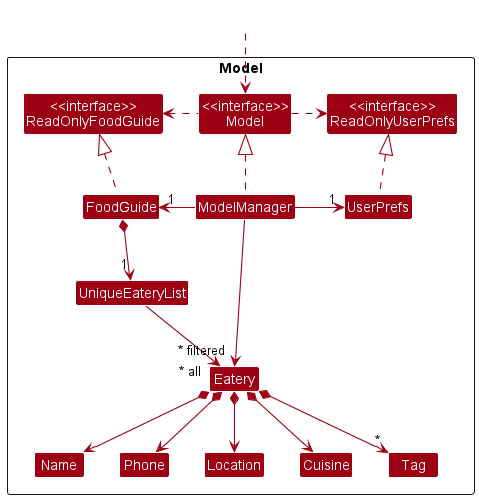
This is docs/images/ModelClassDiagram.png from nus-cs2103-AY2223S1/tp, a PlantUML export, as it was before one commit.
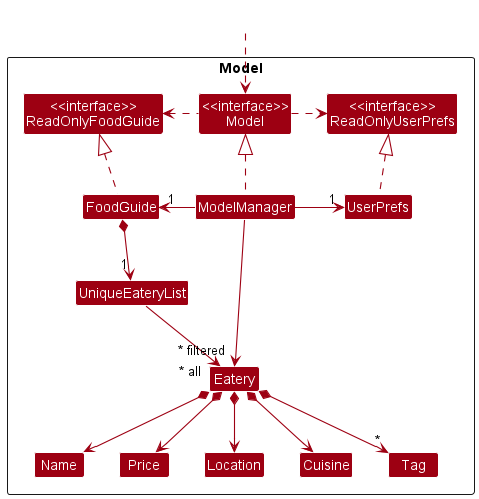
Above is the later version.

Commit message:
Rename phone in ModelClassDiagram to price

Diff of the diagram source:
```diff
@@ -17,7 +17,7 @@
 Class Location
 Class Cuisine
 Class Name
-Class Phone
+Class Price
 Class Tag
 
 }
@@ -37,13 +37,13 @@
 FoodGuide *--> "1" UniqueEateryList
 UniqueEateryList --> "~* all" Eatery
 Eatery *--> Name
-Eatery *--> Phone
+Eatery *--> Price
 Eatery *--> Cuisine
 Eatery *--> Location
 Eatery *--> "*" Tag
 
-Name -[hidden]right-> Phone
-Phone -[hidden]right-> Location
+Name -[hidden]right-> Price
+Price -[hidden]right-> Location
 Location -[hidden]right-> Cuisine
 
 ModelManager -->"~* filtered" Eatery
```
